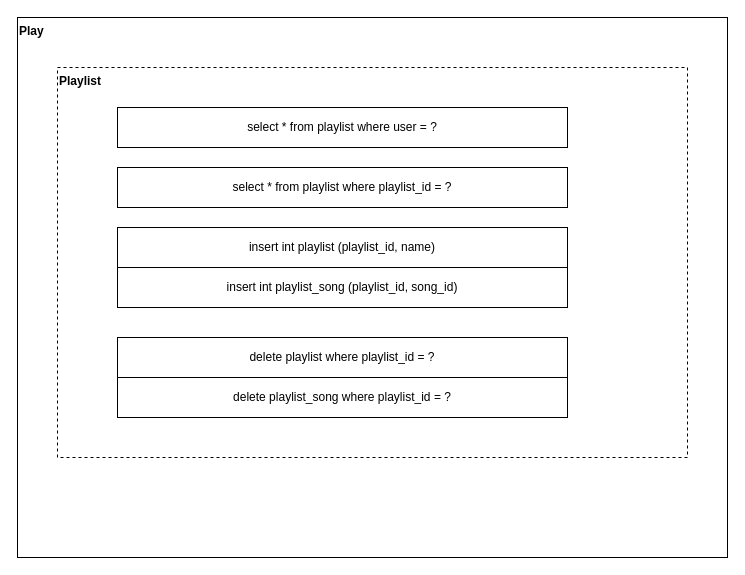
The draw.io diagram architecture/mary-jane-store/03.data-structure.drawio in codegik/pocs, before the edit. Source tidied: cells renumbered, new cells numbered last; positions are measured from the earlier drawing's top-left corner, leaving out a move shared by most shapes. Both pictures are drawn from the tidied source at 100%, with x=0, y=0 at pixel (17, 17).
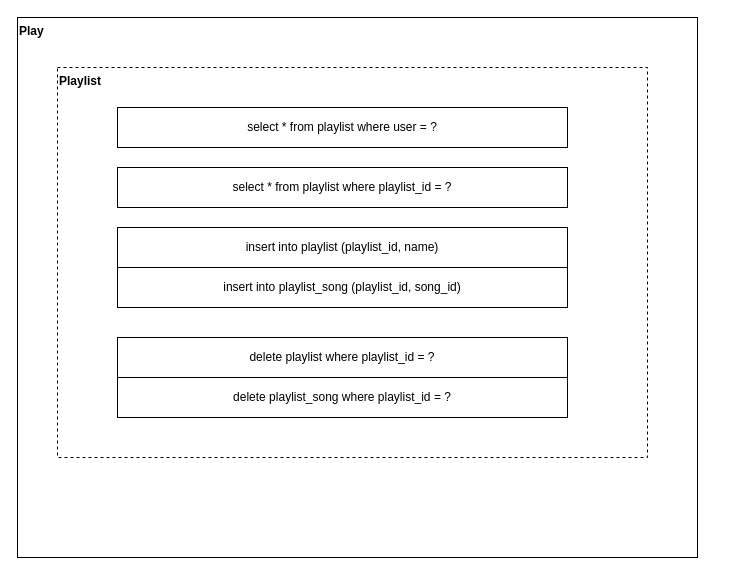
The same diagram, later.

Change to the diagram source:
```diff
@@
 <mxGraphModel>
   <root>
     <mxCell id="0" />
     <mxCell id="1" parent="0" />
     <mxCell id="2" value="Play" style="rounded=0;whiteSpace=wrap;html=1;align=left;verticalAlign=top;fontStyle=1;" parent="1" vertex="1">
-      <mxGeometry width="710" height="540" as="geometry" />
+      <mxGeometry width="680" height="540" as="geometry" />
     </mxCell>
     <mxCell id="3" value="Playlist" style="rounded=0;whiteSpace=wrap;html=1;align=left;verticalAlign=top;dashed=1;fontStyle=1;" parent="1" vertex="1">
-      <mxGeometry x="40" y="50" width="630" height="390" as="geometry" />
+      <mxGeometry x="40" y="50" width="590" height="390" as="geometry" />
     </mxCell>
     <mxCell id="4" value="select * from playlist where user = ?" style="rounded=0;whiteSpace=wrap;html=1;" parent="1" vertex="1">
       <mxGeometry x="100" y="90" width="450" height="40" as="geometry" />
     </mxCell>
     <mxCell id="5" value="select * from playlist where playlist_id = ?" style="rounded=0;whiteSpace=wrap;html=1;" parent="1" vertex="1">
       <mxGeometry x="100" y="150" width="450" height="40" as="geometry" />
     </mxCell>
-    <mxCell id="6" value="insert int playlist (playlist_id, name)" style="rounded=0;whiteSpace=wrap;html=1;" parent="1" vertex="1">
+    <mxCell id="6" value="insert into playlist (playlist_id, name)" style="rounded=0;whiteSpace=wrap;html=1;" parent="1" vertex="1">
       <mxGeometry x="100" y="210" width="450" height="40" as="geometry" />
     </mxCell>
     <mxCell id="7" value="delete playlist where playlist_id = ?" style="rounded=0;whiteSpace=wrap;html=1;" parent="1" vertex="1">
       <mxGeometry x="100" y="320" width="450" height="40" as="geometry" />
     </mxCell>
-    <mxCell id="8" value="insert int playlist_song (playlist_id, song_id)" style="rounded=0;whiteSpace=wrap;html=1;" parent="1" vertex="1">
+    <mxCell id="8" value="insert into playlist_song (playlist_id, song_id)" style="rounded=0;whiteSpace=wrap;html=1;" parent="1" vertex="1">
       <mxGeometry x="100" y="250" width="450" height="40" as="geometry" />
     </mxCell>
     <mxCell id="9" value="delete playlist_song where playlist_id = ?" style="rounded=0;whiteSpace=wrap;html=1;" parent="1" vertex="1">
       <mxGeometry x="100" y="360" width="450" height="40" as="geometry" />
     </mxCell>
   </root>
 </mxGraphModel>
```
